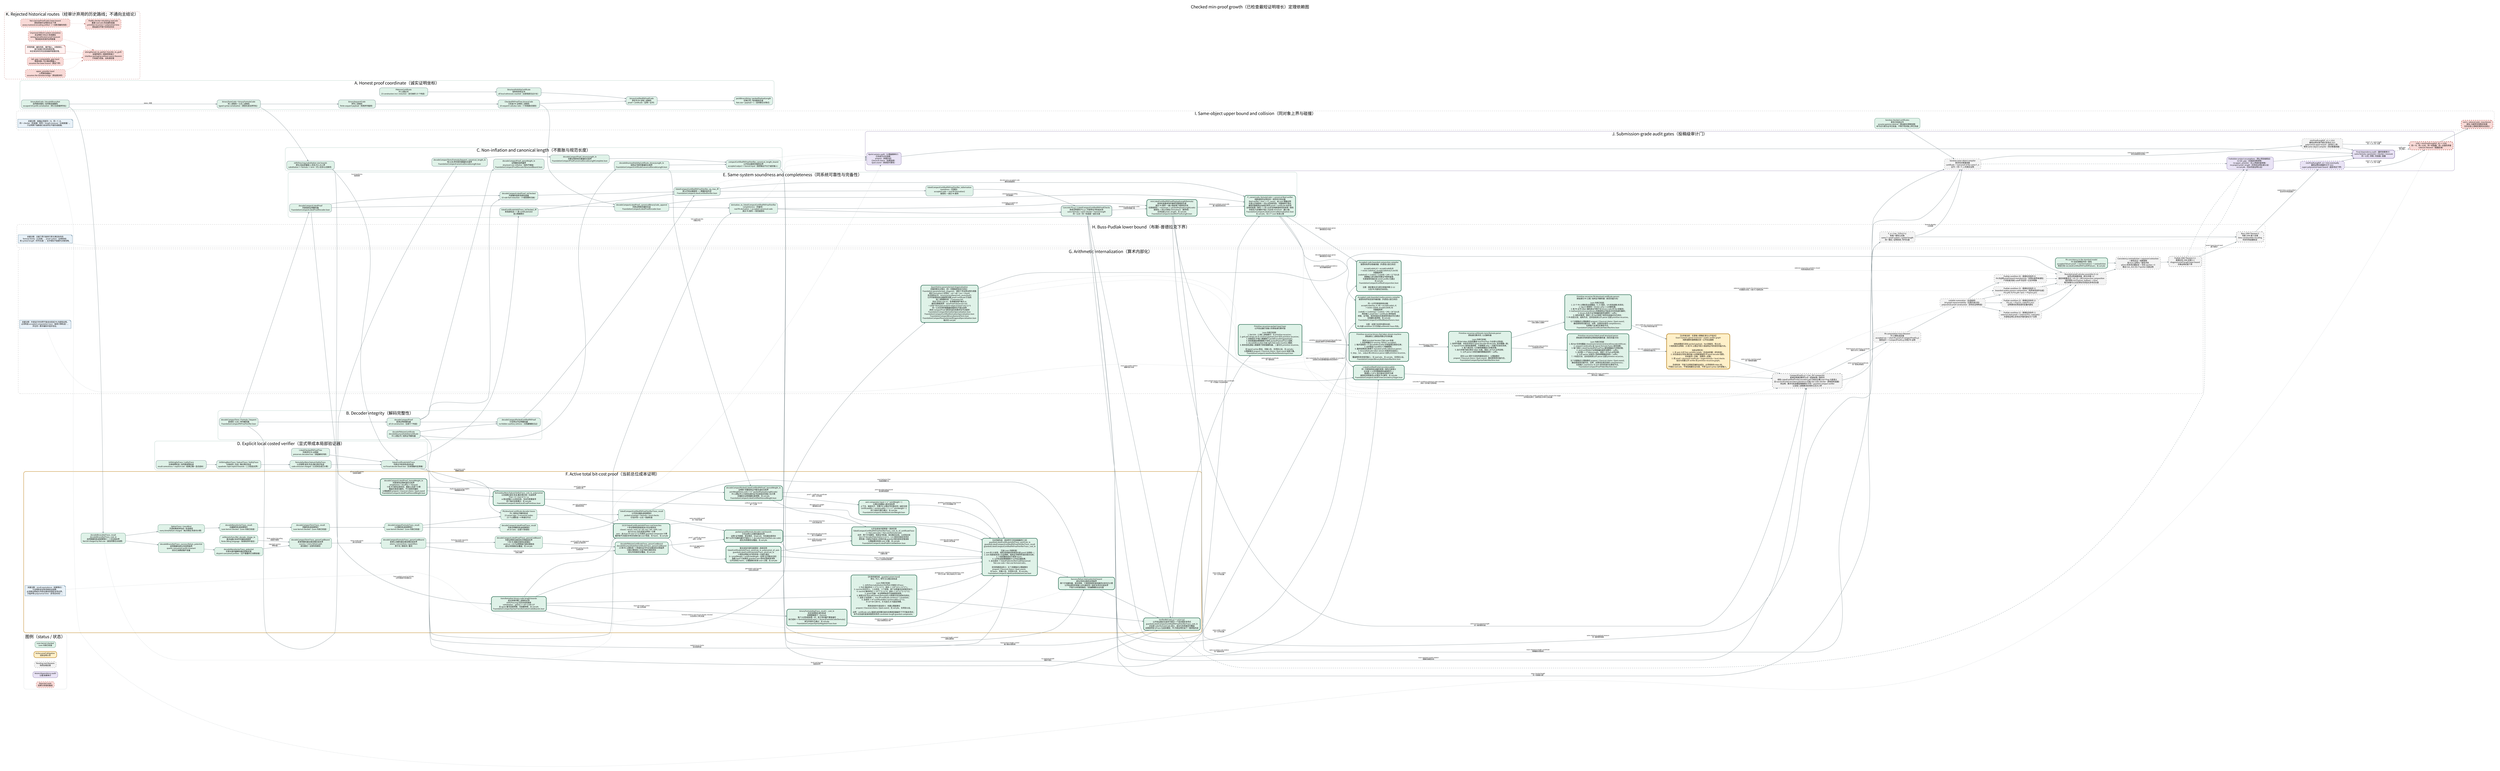
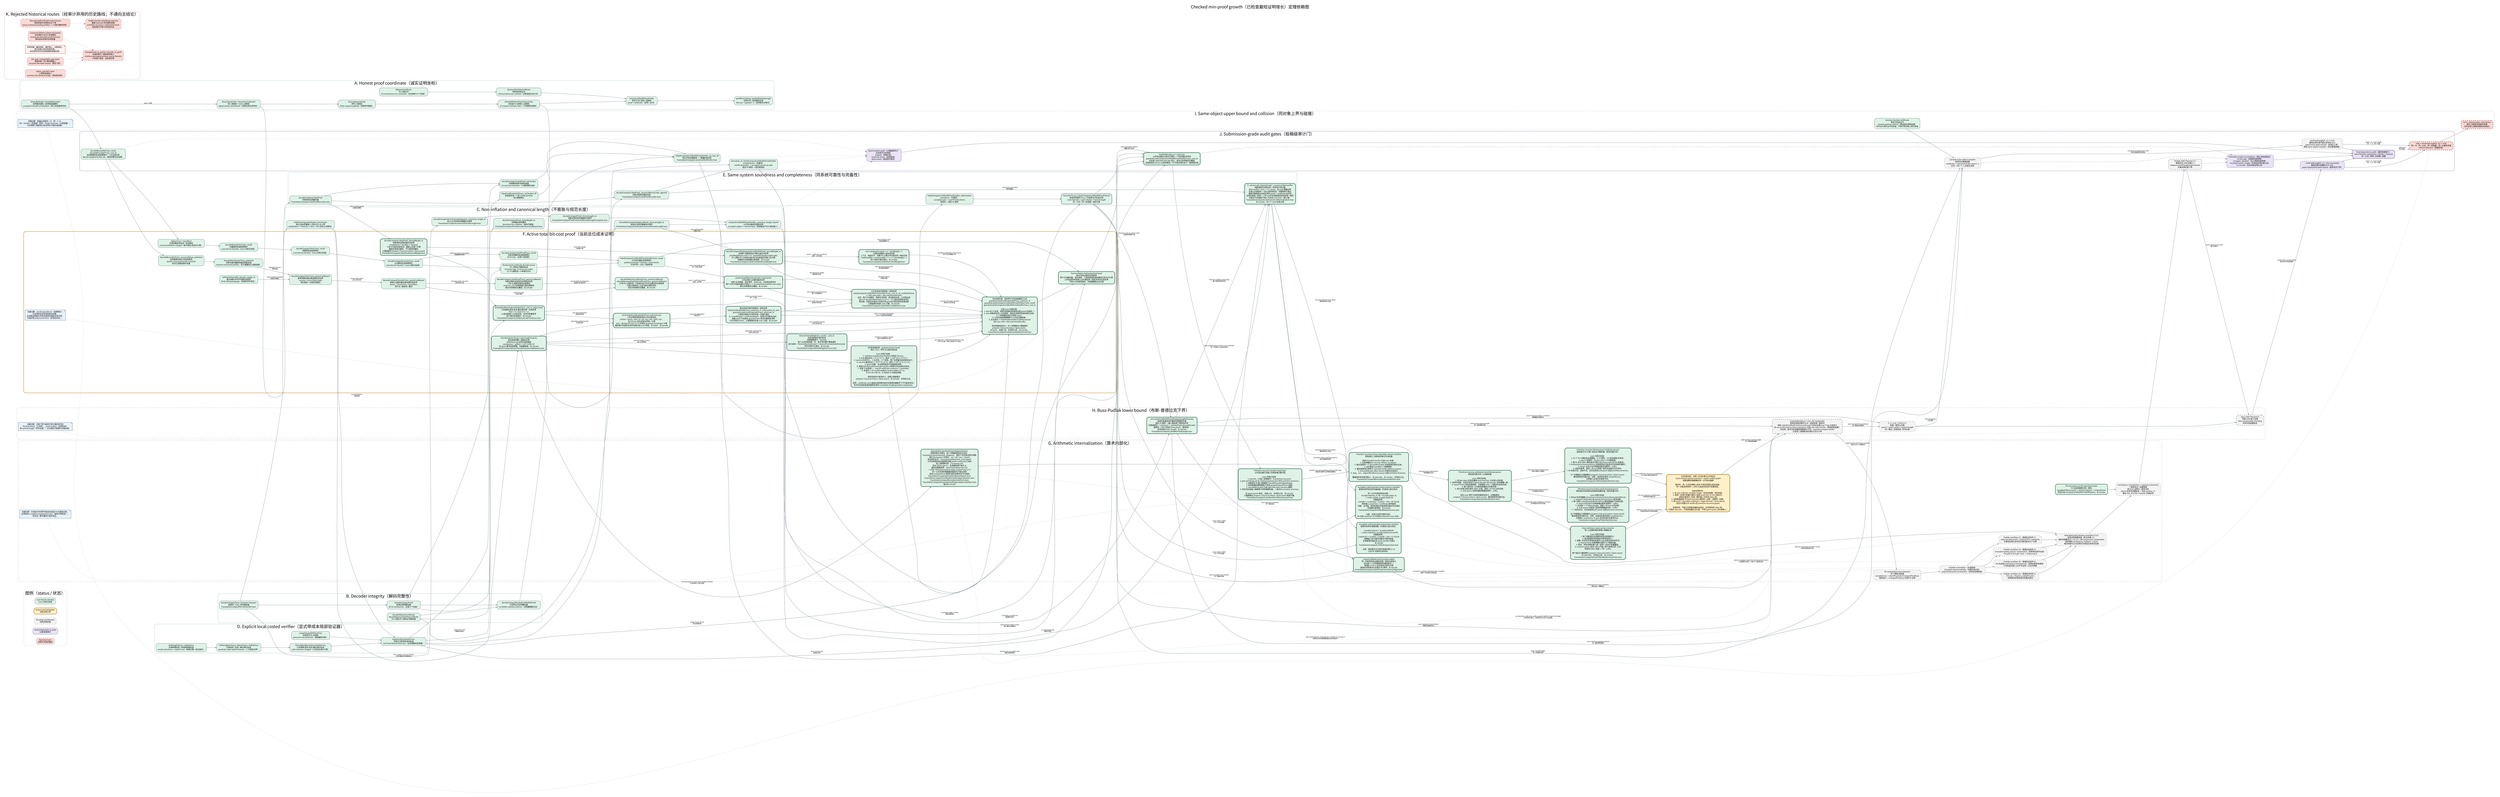
digraph CheckedMinProofDependencies {
  graph [
    rankdir=LR,
    bgcolor="white",
    compound=true,
    newrank=true,
    pad="0.35",
    nodesep="0.30",
    ranksep="0.62",
    fontname="Noto Sans CJK SC",
    fontsize=24,
    label="Checked min-proof growth（已检查最短证明增长）定理依赖图",
    labelloc="t",
    labeljust="c"
  ];
  node [
    shape=box,
    style="rounded,filled",
    fontname="Noto Sans CJK SC",
    fontsize=10.5,
    color="#526d75",
    fillcolor="#eef3f4",
    margin="0.14,0.09",
    penwidth=1.2
  ];
  edge [
    fontname="Noto Sans CJK SC",
    fontsize=8.5,
    color="#65777d",
    arrowsize=0.68,
    penwidth=1.05
  ];

  subgraph cluster_legend {
    label="图例（status / 状态）";
    color="#c8d1d4";
    style="rounded";
    done [label="Lean kernel checked\nLean 内核已检查", fillcolor="#dff2e8", color="#3f7c66"];
    active [label="Active proof obligation\n当前证明义务", fillcolor="#fff0c9", color="#b37a12", penwidth=2.2];
    pending [label="Pending root theorem\n待闭合根定理", fillcolor="#f3f3f3", color="#777777", style="rounded,filled,dashed"];
    audit [label="Axiom/dependency audit\n公理/依赖审计", fillcolor="#e9e3f5", color="#76639a"];
    rejected [label="Rejected route\n经审计弃用的路线", fillcolor="#f8d9d6", color="#a8443d", style="rounded,filled,dashed"];
  }

  subgraph cluster_coordinate {
    label="A. Honest proof coordinate（诚实证明坐标）";
    color="#8fb7aa";
    style="rounded";

    natcode [label="binaryNatCode / decodeBinaryNat\n自然数前缀码 / 自然数前缀解码\nescaped-bit prefix serialization（转义位前缀序列化）", fillcolor="#dff2e8"];
    syntaxcode [label="binaryTermCode + binaryFormulaCode\n项二进制码 + 公式二进制码\ntyped syntax serialization（类型化语法序列化）", fillcolor="#dff2e8"];
    sequentcode [label="binarySequentCode\n序列二进制码\nfinite sequent payload（有限序列载荷）", fillcolor="#dff2e8"];
    prooftree [label="CheckedPAProofTree.binaryCode\n已检查 PA 证明树二进制码\n10 sequent-calculus rules（十条相继式规则）", fillcolor="#dff2e8"];
    axiomcert [label="PAAxiomCertificate\nPA 公理证书\n23 constructors incl. induction（含归纳的 23 个构造）", fillcolor="#dff2e8"];
    structcert [label="StructuralValidityCertificate\n结构有效性证书\nall local witnesses counted（全部局部见证计长）", fillcolor="#dff2e8"];
    certifiedcode [label="binaryCertifiedPAProofCode\n带证书 PA 证明二进制码\nproof + certificate（证明 + 证书）", fillcolor="#dff2e8"];
    packedcode [label="packBinaryString / packedPayloadLength\n位串打包 / 有效载荷长度\nNat.size = payload + 1（自然数位长等式）", fillcolor="#dff2e8"];

    natcode -> syntaxcode [label="labels / 标签"];
    syntaxcode -> sequentcode;
    sequentcode -> prooftree;
    axiomcert -> structcert;
    prooftree -> certifiedcode;
    structcert -> certifiedcode;
    certifiedcode -> packedcode;
  }

  subgraph cluster_decoder {
    label="B. Decoder integrity（解码完整性）";
    color="#8fb7aa";
    style="rounded";

    typeddecoder [label="decodeCompactTerm / Formula / Sequent\n紧凑项 / 公式 / 序列解码器\nFoundationCompactPAProofVerifier.lean", fillcolor="#dff2e8"];
    proofdecoder [label="decodeCompactProof\n紧凑证明树解码器\nall 10 constructors（全部十个构造）", fillcolor="#dff2e8"];
    certdecoder [label="decodePAAxiomCertificate\ndecodeStructuralValidityCertificate\nPA 公理证书 / 结构证书解码器", fillcolor="#dff2e8"];
    packeddecoder [label="decodeCompactPackedCertifiedPAProof\n打包带证书证明解码器\nno hidden auxiliary witness（无隐藏辅助见证）", fillcolor="#dff2e8"];

    typeddecoder -> proofdecoder;
    certdecoder -> packeddecoder;
    proofdecoder -> packeddecoder;
  }

  subgraph cluster_size {
    label="C. Non-inflation and canonical length（不膨胀与规范长度）";
    color="#8fb7aa";
    style="rounded";

    structural [label="decodeCompactProof_parseWeight_le\n证明解码结构量界\nstructural non-inflation（结构不膨胀）\nFoundationCompactProofDecoderStructuralBound.lean", fillcolor="#dff2e8"];
    syntaxcanonical [label="decodeCompactTerm/Formula/Sequent_canonical_length_le\n项/公式/序列规范重编码长度界\nFoundationCompactCanonicalDecodeLength.lean", fillcolor="#dff2e8"];
    proofcanonical [label="decodeCompactProof_binaryLength_le\n完整证明树规范重编码长度界\nFoundationCompactProofCanonicalDecodeLengthComplete.lean", fillcolor="#dff2e8"];
    certcanonical [label="decodeStructuralValidityCertificate_binaryLength_le\n结构证书规范重编码长度界\nFoundationCompactCertificateCanonicalDecodeLength.lean", fillcolor="#dff2e8"];
    totalcanonical [label="compactCertifiedPAProofVerifier_canonical_length_bound\n公开验证器规范载荷总界\naccepted output <= honest input（接受输出不长于诚实输入）", fillcolor="#dff2e8"];
    transformsize [label="shift/free/neg/substitution size bounds\n移位/自由变量嵌入/否定/代入大小界\nsubstitution <= formula × term（代入至多公式乘项）", fillcolor="#dff2e8"];

    typeddecoder -> syntaxcanonical;
    proofdecoder -> structural;
    syntaxcanonical -> proofcanonical;
    certdecoder -> certcanonical;
    proofcanonical -> totalcanonical;
    certcanonical -> totalcanonical;
    syntaxcode -> transformsize;
  }

  subgraph cluster_explicit_local {
    label="D. Explicit local costed verifier（显式带成本局部验证器）";
    color="#8fb7aa";
    style="rounded";

    biteq [label="bitStringEqTrace / natEqTrace\n位串相等轨迹 / 自然数相等轨迹\nresult correctness + explicit cost（结果正确 + 显式成本）", fillcolor="#dff2e8"];
    bitset [label="bitStringMemTrace / SubsetTrace / SetEqTrace\n位串成员 / 包含 / 集合等价轨迹\nquadratic-style explicit bounds（二次型显式界）", fillcolor="#dff2e8"];
    formulalist [label="formulaEq/Mem/Subset/SetEqTrace\n公式相等/成员/包含/集合等价轨迹\ncode emission charged（公式码生成已计费）", fillcolor="#dff2e8"];
    listedtree [label="ListedCheckedPAProofTree\n列表序列 PA 证明树\npreserves decoded lists（保留解码列表）", fillcolor="#dff2e8"];
    listedcert [label="listedCertificateValidTrace\n列表证书有效性成本轨迹\nno Finset decide black box（无有限集判定黑箱）", fillcolor="#dff2e8"];

    biteq -> bitset;
    bitset -> formulalist;
    listedtree -> listedcert;
    formulalist -> listedcert;
    transformsize -> listedcert [label="local transforms\n局部变换"];
  }

  subgraph cluster_same_system {
    label="E. Same-system soundness and completeness（同系统可靠性与完备性）";
    color="#8fb7aa";
    style="rounded";

    listdecoder [label="decodeCompactListedProof\n列表保持证明解码器\nFoundationCompactListedProofDecoder.lean", fillcolor="#dff2e8"];
    projection [label="decodeCompactListedProof_toChecked\n列表解码投影到原检查器\n10-rule fuel induction（十规则燃料归纳）", fillcolor="#dff2e8"];
    localiff [label="listedCertificateValidTrace_toChecked_iff\n新局部轨迹 <-> 原 certificateValid\n语义精确等价", fillcolor="#dff2e8"];
    publiciff [label="listedCompactCertifiedPAProofVerifier_eq_true_iff\n新公开验证器接受 <-> 精确检查关系\nFoundationCompactListedCertifiedVerifier.lean", fillcolor="#dff2e8"];
    soundness [label="listedCompactCertifiedPAProofVerifier_toDerivation\nsoundness（可靠性）\naccepted code -> real PA Derivation2\n接受码 -> 真实 PA 推导", fillcolor="#dff2e8"];
    listencoder [label="decodeCompactListedProof_canonicalBinaryCode_append\n列表证明规范编码往返\nFoundationCompactListedProofEncoder.lean", fillcolor="#dff2e8"];
    completeness [label="derivation_to_listedCompactCertifiedPAProofVerifier\ncompleteness（完备性）\nreal PA derivation -> accepted canonical code\n真实 PA 推导 -> 规范接受码", fillcolor="#dff2e8"];
    predicate [label="Concrete P(x,y) / ListedCompactCertifiedPAProofChecks\n具体证明谓词 P(x,y) / 列表带证书检查关系\nsame formula + same checker + honest length\n同一公式 + 同一检查器 + 诚实长度", fillcolor="#dff2e8", penwidth=2.0];
    minmeasure [
      label="minListedCertifiedPAProofPayloadLength(formula)\n具体检查器诱导的最短完整载荷长度\n真实 PA 推导 -> 最小值由某个接受码实现\n任意接受码 -> minimum <= packedPayloadLength(code)\n接受码 -> 同公式真实 Derivation2（推导树）\n无项目级 proof_length；无 sorryAx\nFoundationCompactListedMinProofLength.lean",
      fillcolor="#dff2e8", color="#2f6f57", penwidth=2.8
    ];
    canonicalnormalize [
      label="P_canon(code, formulaCode) + canonical Bool verifier\n纯数值规范证明关系 + 规范布尔验证器\nBool verifier = true <-> P_canon，由 Lean 精确证明\n任意公开接受码 -> 同公式码规范码，完整载荷不增长\n最短完整载荷必由真实规范 proof + certificate 码实现\n全体码有限一致性 <-> 同 cutoff 的纯数值规范码有限一致性\n非规范/冗余编码不能人为压低 minimum（最小值）\nFoundationCompactListedCanonicalNormalization.lean\n无 sorryAx；仅三个 Lean 标准公理",
      fillcolor="#dff2e8", color="#2f6f57", penwidth=2.8
    ];

    typeddecoder -> listdecoder;
    listdecoder -> projection;
    proofdecoder -> projection;
    listedcert -> localiff;
    projection -> publiciff;
    localiff -> publiciff;
    packeddecoder -> publiciff;
    publiciff -> soundness;
    prooftree -> listencoder;
    listdecoder -> listencoder;
    listencoder -> completeness;
    listedcert -> completeness;
    soundness -> predicate;
    completeness -> predicate;
    predicate -> minmeasure [label="minimum over accepted codes\n对接受码取最小值"];
    completeness -> minmeasure [label="nonempty accepted set\n接受集合非空"];
    publiciff -> canonicalnormalize [label="decode every accepted code\n解码任意接受码"];
    listencoder -> canonicalnormalize [label="canonical re-encoding\n规范重编码"];
    totalcanonical -> canonicalnormalize [label="no payload growth\n载荷不增长"];
    minmeasure -> canonicalnormalize [label="minimum realized canonically\n最小值由规范码实现"];
  }

  subgraph cluster_cost_active {
    label="F. Active total bit-cost proof（当前总位成本证明）";
    color="#c18a27";
    style="rounded,bold";

    nattrace [label="decodeBinaryNatTrace_result\ndecodeBinaryNatTrace_cost_le\n自然数解码轨迹结果等价 + 二次位成本界\nNat.bit charged by Nat.size（按自然数位长收费）", fillcolor="#dff2e8", color="#3f7c66"];
    tracebind [label="OptionTrace + traceBind\n可选结果成本轨迹 + 轨迹绑定\nevery bind/failure charged（每次绑定/失败均计费）", fillcolor="#dff2e8", color="#3f7c66"];
    vectortrace [label="decodeManyVectorTrace_result\n向量解码轨迹结果等价\nLean kernel checked（Lean 内核已检查）", fillcolor="#dff2e8", color="#3f7c66"];
    termtrace [label="decodeCompactTermTrace_result\n项解码轨迹结果等价\nLean kernel checked（Lean 内核已检查）", fillcolor="#dff2e8", color="#3f7c66"];
    formulatrace [label="decodeCompactFormulaTrace_result\n公式解码轨迹结果等价\nLean kernel checked（Lean 内核已检查）", fillcolor="#dff2e8", color="#3f7c66"];
    prooftrace [label="decodeCompactListedProofTrace_result\n列表证明解码轨迹结果等价\nall 10 rules（全部十条规则）", fillcolor="#dff2e8", color="#3f7c66"];
    certtrace [label="PA/structural certificate decoder traces\nPA / 结构证书解码轨迹\n23 axiom tags + 4 recursive nodes\n23 个公理标签 + 4 种递归节点", fillcolor="#dff2e8", color="#3f7c66"];
    publictrace [label="listedCompactCertifiedPAProofVerifierTrace_result\n公开验证器轨迹结果等价\npacked envelope + formula + local checks\n打包外壳 + 公式 + 局部检查", fillcolor="#dff2e8", color="#3f7c66"];
    natpotential [label="decodeBinaryNatTrace_success/failure_potential\n自然数解码成功/失败势能界\nquartic consumed-prefix invariant\n四次已消费前缀不变量", fillcolor="#dff2e8", color="#3f7c66"];
    vectorpotential [label="decodeManyVectorTrace_potential\n任意长度向量解码摊还势能定理\ndisjoint consumed prefixes（互不重叠的已消费前缀）", fillcolor="#dff2e8", color="#3f7c66"];
    symbolcharge [label="arithmeticFunc/Rel_decode_charge_le\n算术函数/关系符号解码收费界\nfinite ORing language（有限有序环语言）", fillcolor="#dff2e8", color="#3f7c66"];
    termpotential [label="decodeCompactTermTrace_parserCostBound\n紧凑项解码器全路径摊还成本界\nsuccess + every failure path\n成功路径 + 全部失败路径", fillcolor="#dff2e8", color="#3f7c66"];
    formulapotential [label="decodeCompactFormulaTrace_parserCostBound\n紧凑公式解码器全路径摊还成本界\natoms / connectives / quantifiers\n原子式 / 联结词 / 量词", fillcolor="#dff2e8", color="#3f7c66"];
    proofpotential [
      label="decodeCompactListedProofTrace_parserCostBound\n列表证明树全路径四次势能成本界\n十条 PA 相继式规则全部通过\nand/cut 二叉子证明势能已望远镜相消\n成功/失败路径全覆盖；无 sorryAx",
      fillcolor="#dff2e8", color="#3f7c66"
    ];
    certpotential [
      label="decodePAAxiomCertificateTrace_parserCostBound\ndecodeStructuralValidityCertificateTrace_parserCostBound\n23 种 PA 公理标签 + 4 种递归证书节点全路径四次势能界\n归纳公理体和二元证书树已摊还闭合\n成功/失败路径全覆盖；无 sorryAx",
      fillcolor="#dff2e8", color="#3f7c66", penwidth=2.2
    ];
    packedcost [
      label="packed proof/formula decoder cost bounds\n打包证明/公式解码器成本界\n证明+证书串联、末位哨兵、dropLast、空后缀全部闭合\n两个公开打包解码器均不超过 2 × decoderPotential(Nat.size code)\n成功/失败路径全覆盖；无 sorryAx",
      fillcolor="#dff2e8", color="#2f6f57", penwidth=2.8
    ];
    transformcode [
      label="transformation binary-code length bounds\n语法变换完整二进制码长界\nshift/free/neg 均至多线性膨胀\nsubstitution：|phi[t]| <= 3(F+1)(W+1)F\n含 qpow 量词深度预算；无隐藏参数；无 sorryAx\nFoundationCompactSyntaxTransformationCodeBounds.lean",
      fillcolor="#dff2e8", color="#2f6f57", penwidth=2.8
    ];
    negtrace [
      label="binaryFormulaNegTrace_result / _cost_le\n否定变换真实递归轨迹\n结果精确等于 ∼formula\n每个公式构造收费一步；原子项向量不重复遍历\n执行成本 <= formulaSymbolCount <= |binaryFormulaCode(formula)|\n单文件探针已通过；无 sorryAx\nFoundationCompactSyntaxNegationTrace.lean",
      fillcolor="#dff2e8", color="#2f6f57", penwidth=2.8
    ];
    axmjoint [
      label="axm comparator input <= 2 * jointWeight + 1\n公理比较器输入联合坐标界\n上下文、候选句子、完整 PA 公理证书均落在同一诚实位权\ncertificateBits + sentenceBits + 1 <= 2 * jointWeight + 1\n四个坐标引理已通过；无 sorryAx\nFoundationCompactListedAxiomJointWeight.lean",
      fillcolor="#dff2e8", color="#2f6f57", penwidth=2.8
    ];
    honestproof [
      label="decodeCompactListedProof_honestWeight_le\n列表保持证明树诚实位权界\nweight(tree) + 8|suffix| <= 8|input|\n十条 PA 规则全部闭合；重复公式逐个计费\n覆盖任意成功解码，不只是规范编码\n公理画像仅 propext / Classical.choice / Quot.sound\nFoundationCompactListedProofHonestWeight.lean",
      fillcolor="#dff2e8", color="#2f6f57", penwidth=2.8
    ];
    honestcert [
      label="decodeCompactPackedListedCertifiedPAProof_honestWeight_le\n证明树+完整结构证书联合诚实位权界\njointWeight(tree,cert) <= 8 * packedPayloadLength(code)\nPA 公理证书 23 标签及递归证书全部由实际输入位计费\n无辅助见证和隐藏长度参数；无 sorryAx\nFoundationCompactListedCertifiedHonestWeight.lean",
      fillcolor="#dff2e8", color="#2f6f57", penwidth=2.8
    ];
    localprimitives [
      label="formulaEq/Mem/Subset/SetEqTrace_cost_le_polynomial\n公式相等/成员/包含/集合等价统一位成本界\nP(w) = 4 + 2(w+3)^2 + w\nw 是全部输入公式码位权，包含列表重复项\n四个端点全部通过；无 sorryAx\nFoundationCompactListedLocalCostPrimitives.lean",
      fillcolor="#dff2e8", color="#2f6f57", penwidth=2.8
    ];
    localbranches9 [
      label="10/10 listedCertificateValidTrace cost branches\n十条证明规则局部成本分支全部闭合\nclosed / verum / and / or / all / exs / wk / shift / cut：\n由 P(G(w)) 及生成语法界统一计费\naxm：由 A(w)=K*(2w+1)^12 的真实 guarded comparator 计费\n最终每节点固定多项式包络已由 Lean 检查；无 haxm、无 sorryAx",
      fillcolor="#dff2e8", color="#2f6f57", penwidth=2.8
    ];
    localinduction [
      label="联合坐标内部归纳骨架 + 具体实例\nlistedCertificateValidTrace_jointCost_le_polynomial_of_axm\nguardedListedCertificateValidTrace_jointCost_le\n十规则证明树/证书同步统一归纳已通过\nb = proofWeight + certificateWeight（证明+证书联合位权）\n抽象 haxm 已由真实 guarded axm 成本定理具体消除\n公开实例无 haxm；公理画像仅标准 Lean 公理；无 sorryAx",
      fillcolor="#dff2e8", color="#2f6f57", penwidth=2.8
    ];
    publicskeleton [
      label="公开总成本内部骨架 + 具体实例\nlistedCompactCertifiedPAProofVerifierTrace_cost_le_of_certificateTrace\ns = Nat.size(code) + Nat.size(formulaCode)\n合并：两个打包解码、局部证书检查、结论集合比较、公式码比较\nQ(s)=4*decoderPotential(s)+L(s)+1，L(s) 是显式固定多项式\n原先唯一内部证书成本义务现已由 guarded 联合成本定理消除\n公理画像仅标准 Lean 公理；无 sorryAx\nFoundationCompactListedPublicCostSkeleton.lean",
      fillcolor="#dff2e8", color="#2f6f57", penwidth=2.8
    ];
    publiccost [
      label="【主终端完成：具体带守卫检查器最终汇合】\nguardedListedCertificateValidTrace_jointCost_le\nguardedListedCompactCertifiedPAProofVerifierTrace_result\nguardedListedCompactCertifiedPAProofVerifierTrace_cost_le\n\n已由 Lean 内核检查：\n1. axm 的 23 标签、接受/拒绝路径和候选长度 guard 全部统一；\n2. axm 局部成本进入与证明树、结构证书相同的诚实联合位权；\n3. 十规则整树成本不再带 haxm；\n4. 公开轨迹结果精确等于公开验证器结果；\n5. 总位成本 <= listedPublicVerifierCostPolynomial(\n   Nat.size code + Nat.size formulaCode)。\n\n定向构建退出码 0；五个关键端点公理画像仅\npropext / Classical.choice / Quot.sound。\n无 haxm、无输入包、无项目公设、无 sorryAx。\nFoundationCompactListedGuardedAxiomCost.lean",
      fillcolor="#dff2e8", color="#2f6f57", penwidth=2.8
    ];
    amortized [label="Success/failure total potential bound\n成功/失败全路径总势能界\n两个打包解码器、语法变换、十规则局部检查和最终比较均已计费\n公开轨迹的所有输入对均满足同一固定多项式位成本界\n不是只分析接受路径；无隐藏辅助见证长度", fillcolor="#dff2e8", color="#2f6f57", style="rounded,filled", penwidth=2.8];
    costnote [shape=note, label="关键注释：result equivalence（结果等价）\n只证明轨迹没有改掉验证结果；\n必须再证明成功/失败全路径的固定多项式界，\n才能声称 polynomial time（多项式时间）。", fillcolor="#e8f1f8", color="#4e7892"];
    transformtrace [label="【共享终端完成：guarded axiom trace】\n移位 / 代入 / 带守卫公理比较轨迹\n\nLean 内核已检查：\n1. shift/free/substitution/list/fixitr 的真实 QTrace；\n2. fixitr 输出码长 <= 4*(L+1)^2；成本 <= 128*(m+L+1)^2*L；\n3. succInd 四次代入、三次否定、三个析取、两个全称量词全部真实执行；\n4. succInd 输出码长 <= 10^7*(L+1)^4；成本 <= 10^11*(L+1)^12；\n5. guard 完备：合法相等候选不会被提前拒绝；\n6. 接受分支 fixitr/allClosure/formulaEq 与拒绝分支总成本均闭合；\n7. 全部 23 标签统一：true iff certificate.sentence = candidate；\n8. 总成本 <= K*(certificateBits+sentenceBits+1)^12，\n   K=10^30+(3B+4)，B 为显式 26 句固定预算。\n\n两条验收命令退出码 0；关键公理画像仅\npropext / Classical.choice / Quot.sound；无 sorryAx、无项目公设。\n\n边界：certificate-only 直接生成完整归纳句在稀疏变量编号下不可能多项式；\n本节点完成的是保持接受关系的 candidate-length guarded comparator。", fillcolor="#dff2e8", color="#2f6f57", style="rounded,filled", penwidth=2.8];
    polytime [label="VerifierBitCost(x,y) <= p(|x|+|y|)\n公开验证器总位成本不超过一个显式固定多项式\nguardedListedCompactCertifiedPAProofVerifierTrace_cost_le\n对全部 code/formulaCode 成立，成功与失败路径均覆盖\n这里是项目 QTrace 位成本模型；PA 内短证明仍由下一簇单独完成", fillcolor="#dff2e8", color="#2f6f57", style="rounded,filled", penwidth=2.8];

    natcode -> nattrace;
    nattrace -> tracebind;
    tracebind -> vectortrace;
    vectortrace -> termtrace;
    termtrace -> formulatrace;
    formulatrace -> prooftrace;
    certdecoder -> certtrace;
    formulatrace -> certtrace;
    prooftrace -> publictrace;
    certtrace -> publictrace;
    publictrace -> amortized [label="exact behavior first\n先固定精确行为"];
    nattrace -> natpotential;
    natpotential -> vectorpotential;
    vectorpotential -> termpotential [label="argument vectors\n参数向量"];
    symbolcharge -> termpotential [label="finite symbol decoding\n有限符号解码"];
    termpotential -> formulapotential [label="terms inside atoms\n原子式中的项"];
    formulapotential -> proofpotential [label="formulas inside sequents\n序列中的公式"];
    proofpotential -> certpotential [label="proof/certificate alignment\n证明树/证书树对齐"];
    formulapotential -> certpotential [label="induction body\n归纳公理体"];
    certpotential -> packedcost [label="proof + certificate stream\n证明 + 证书串"];
    publictrace -> packedcost [label="same executable result\n同一可执行结果"];
    packedcost -> publiccost [label="decoded objects\n已解码对象"];
    transformsize -> transformcode [label="from symbol count to full bits\n从符号数提升到完整位长"];
    transformcode -> negtrace [label="input bit-length control\n输入位长控制"];
    negtrace -> publiccost [label="closed/cut negation charge\n闭合/切规则否定计费"];
    transformcode -> publiccost [label="generated-code bounds\n生成公式码长界"];
    listdecoder -> honestproof [label="all successful parses\n全部成功解码"];
    honestproof -> honestcert [label="proof-tree charge\n证明树计费"];
    certcanonical -> honestcert [label="full certificate bits\n完整证书位"];
    honestcert -> publiccost [label="joint decoded-data bound\n联合解码数据界"];
    honestcert -> axmjoint [label="proof + certificate coordinate\n证明 + 证书坐标"];
    axmjoint -> publiccost [label="guarded comparator input bound\n带守卫比较器输入界"];
    listedcert -> localprimitives [label="exact trace costs\n精确轨迹成本"];
    honestproof -> localprimitives [label="duplicate-preserving weights\n保留重复项位权"];
    localprimitives -> publiccost [label="uniform quadratic bound\n统一二次界"];
    localprimitives -> localbranches9 [label="per-rule instantiation\n逐规则实例化"];
    transformcode -> localbranches9 [label="generated syntax bounds\n生成语法界"];
    localbranches9 -> publiccost [label="nine checked branches\n九条已检查分支"];
    localbranches9 -> localinduction [label="structural aggregation\n结构汇总"];
    localinduction -> publiccost [label="haxm concretely discharged\nhaxm 已由具体定理消除"];
    localinduction -> publicskeleton [label="local certificate polynomial\n局部证书多项式"];
    packedcost -> publicskeleton [label="two packed decoder bounds\n两个打包解码界"];
    honestcert -> publicskeleton [label="decoded joint weight\n解码联合位权"];
    publicskeleton -> publiccost [label="concrete discharge checked\n具体消义务已检查"];
    listedcert -> publiccost [label="explicit local checks\n显式局部检查"];
    publiccost -> amortized;
    totalcanonical -> amortized [label="consumed-length control\n消费长度控制"];
    costnote -> amortized [style=dotted, arrowhead=none, constraint=false];
    transformcode -> transformtrace;
    transformtrace -> publiccost [label="guarded axm + shift/free/substitution costs\n带守卫公理 + 移位/自由化/代入成本"];
    amortized -> polytime;
    transformtrace -> polytime;
    totalcanonical -> polytime [label="input/output length control\n输入输出长度控制"];
    listedcert -> polytime [label="local cost bounds\n局部成本界"];
    predicate -> polytime [label="exact executable relation\n精确可执行关系"];
  }

  subgraph cluster_internalization {
    label="G. Arithmetic internalization（算术内部化）";
    color="#9a9a9a";
    style="rounded,dashed";

    listedconmeta [label="ListedCertifiedFiniteConsistencyAt(k)\n同一列表保持验证器的有限一致性元层语义\n无长度 <= k 的完整载荷码被接受为 ⊥\n普通及 2^(A*n) 放大版本无条件为真\n接受反向恢复同公式真实 PA 推导；无 sorryAx\nFoundationCompactListedFiniteConsistencyTarget.lean", fillcolor="#dff2e8", color="#2f6f57", penwidth=2.8];
    arithinput [label="Primitive-recursive packed input layer\n公开验证器打包输入的原始递归算术层\n\nLean 内核已检查：\n1. Nat.bits（小端二进制展开）为 primitive recursive；\n2. getLast?/dropLast 与 sentinel payload peel 均为 primitive recursive；\n3. 剥离成功 iff 输入精确等于 packBinaryString(payload)；\n4. 新剥离器结果精确等于现有 packedPayloadTrace 结果；\n5. decodeBinaryNat 已由 right-fold state machine 重建；\n6. 新状态机逐输入精确等于原前缀解码器，二者均为 primitive recursive。\n\n无 typed syntax 假设、无输入包、无项目公设、无 sorryAx；\n公理画像仅 propext / Classical.choice / Quot.sound 或其子集。\nFoundationCompactListedVerifierArithmeticInput.lean", fillcolor="#dff2e8", color="#2f6f57", penwidth=2.8];
    tokenstream [label="Primitive-recursive binary-Nat token stream machine\n原始递归二进制自然数记号流机器\n\n具体 bounded iterator 已由 Lean 检查：\n1. 状态明确区分 running / failed / accepted；\n2. 每步调用同一个 decodeBinaryNat 并保留真实剩余位串；\n3. 总步数由 inputBits+1 明确限制；\n4. 最终结果逐位串等于 repeated-prefix reference parser；\n5. binaryNatCode token stream 的规范往返成立；\n6. step、run、output 和 reference parser 全部 primitive recursive。\n\n覆盖畸形和非规范输入；无 rawCode、无 sorryAx、无项目公设。\nFoundationCompactBinaryNatStreamMachine.lean", fillcolor="#dff2e8", color="#2f6f57", penwidth=2.8];
    syntaxparser [label="Primitive-recursive arithmetic term/formula parser\n原始递归算术项 / 公式解析器\n\nLean 内核已检查：\n1. 纯 Nat token 状态机覆盖 bvar/fvar/func 与全部公式构造；\n2. 有序环函数、关系符号码与 typed decoder 的 decode₂ 条件精确一致；\n3. repeat frame 逐项处理参数，不按稀疏 arity 一次展开巨型任务表；\n4. 每个真实项 / 公式都有精确执行步数定理；\n5. 执行步数不超过真实 token 长度，固定二次 fuel 必然足够；\n6. 公开 parser 对规范编码精确返回同一 suffix。\n\n定向 Lean 探针与目标构建退出码 0；公理画像仅\npropext / Classical.choice / Quot.sound；静态禁用项扫描为空。\nFoundationCompactSyntaxTokenMachine.lean", fillcolor="#dff2e8", color="#2f6f57", penwidth=2.8];
+     syntaxinversion [label="Exact arbitrary-input syntax inversion\n项 / 公式解析器任意输入精确反演\n\nLean 内核已检查：\n1. 每个纯数值任务栈都有类型化前缀语义；\n2. 每次数值状态转换反向保持该语义；\n3. 函数 / 关系符号有效码恢复同 arity 的真实有序环符号；\n4. repeat frame 恢复精确长度的 Fin 参数向量；\n5. 成功、失败及畸形输入统一由同一后向不变量覆盖；\n6. numeric parser 返回 suffix iff 输入等于某真实项 / 公式\n   的规范 token 前缀 ++ 同一 suffix。\n\n两个端点公理画像仅 propext / Classical.choice / Quot.sound；\n无 rawCode、无项目公设、无 sorryAx。\nFoundationCompactSyntaxTokenMachineInversion.lean", fillcolor="#dff2e8", color="#2f6f57", penwidth=2.8];
    proofparser [label="Primitive-recursive listed-proof structural parser\n原始递归列表保持证明树结构解析器（规范完备方向）\n\nLean 内核已检查：\n1. 纯 Nat 任务栈覆盖 closed/axm/verum/and/or/all/exs/wk/shift/cut；\n2. sequent cardinality 由 repeat-formula frame 逐项消费；\n3. 每个真实 ListedCheckedPAProofTree 都有精确执行步数定理；\n4. and/cut 的左右子证明按编码顺序消费同一 suffix；\n5. 总步数 <= 2*tokenLength，固定二次 fuel 必然足够；\n6. 公开 parser 对规范十规则树精确返回同一 suffix；\n7. 十标签分派、总状态机和公开 parser 全部 primitive recursive。\n\n五个关键端点公理画像仅 propext / Classical.choice / Quot.sound；\n静态禁用项扫描为空。边界：这里闭合真实树的 completeness；\n任意输入 soundness 与 axm 闭句检查仍在黄色节点。\nFoundationCompactProofTokenMachine.lean", fillcolor="#dff2e8", color="#2f6f57", penwidth=2.8];
    certparser [label="Primitive-recursive PA/structural certificate parsers\n原始递归 PA 公理 / 结构证书解析器（规范完备方向）\n\nLean 内核已检查：\n1. 23 个 PA 公理标签全部覆盖；0..21 固定，3/4 校验函数/关系码；\n2. tag 22 调用同一 binder-arity-1 公式解析器；\n3. 新 PA 证书 token 编码逐证书等于旧 binary code 的 Nat 前缀流；\n4. leaf/axiomCert/unary/binary 四类结构证书由显式任务栈递归解析；\n5. binary 左右子证书按编码顺序消费同一 suffix；\n6. 线性步数界、固定二次 fuel 和两个规范往返端点均已闭合；\n7. PA 标签分派、结构节点、总状态机和公开 parser 全部 primitive recursive。\n\n七个关键端点公理画像仅 propext / Classical.choice / Quot.sound；\n静态禁用项扫描为空。边界：这里闭合规范 completeness，\n任意输入反演仍在黄色节点。\nFoundationCompactCertificateTokenMachine.lean", fillcolor="#dff2e8", color="#2f6f57", penwidth=2.8];
-     numericparser [label="【主终端当前：任意输入精确反演与公开组合】\nExact numeric-parser inversion + public verifier graph\n纯数值解析器精确反演 + 公开验证器图\n\n绿色前置层已闭合 packed payload、Nat 前缀流、项/公式、\n十规则真实证明树、23 类 PA 公理证书和 4 类结构证书的规范完备方向。\n\n当前证明任务：\n1. 补 axm 公式 free-variable-empty（无自由变量）闭句检查；\n2. 对任意成功/失败/畸形输入证明数值接受 iff typed decoder 接受，\n   并恢复同一对象、消费同一后缀；\n3. 把 proof + structural certificate + target formula + local checks\n   组合为完整公开 verifier 的 primitive-recursive graph。\n\n完成标准：不能只证明规范编码会成功；必须排除伪 token 树，\n不借旧 rawCode，不增加隐藏见证长度，不把 typed syntax 当外部输入。", fillcolor="#fff0c9", color="#b37a12", penwidth=2.8];
+     numericparser [label="【主终端当前：证明 / 证书反演与公开组合】\nExact numeric-parser inversion + public verifier graph\n纯数值解析器精确反演 + 公开验证器图\n\n新闭合：项 / 公式任意输入成功 iff 真实类型化语法前缀，\n同一对象坐标和同一 suffix 已由后向状态不变量恢复。\n\n当前证明任务：\n1. 补 axm 公式 free-variable-empty（无自由变量）闭句检查；\n2. 把同一反演不变量扩展到十规则 proof tree 与 23+4 类证书，\n   排除任意成功 / 失败 / 畸形输入中的伪 token 树；\n3. 证明数值接受 iff typed decoder 接受同一对象、消费同一后缀；\n4. 把 proof + structural certificate + target formula + local checks\n   组合为完整公开 verifier 的 primitive-recursive graph。\n\n完成标准：不能只证明规范编码会成功；必须排除伪 token 树，\n不借旧 rawCode，不增加隐藏见证长度，不把 typed syntax 当外部输入。", fillcolor="#fff0c9", color="#b37a12", penwidth=2.8];
    compactformula [label="CompactProof(x,y) + Con_PA^compact(k)\n紧凑证明谓词算术公式 + 紧凑有限一致性句\n绿色 ListedCertifiedFiniteConsistencyAt 已给出正确 Lean Prop 元层语义\n旧 succinctFiniteConsistencySentence 仍指 raw-code checker（原始码检查器）\n待证明：算术句标准模型精确等价于同一 guarded compact verifier\n以及短二进制数词实例的公式大小界", fillcolor="#f3f3f3", color="#777777", style="rounded,filled,dashed", penwidth=2.0];
    patrace [label="PA computation-trace theorem\nPA 计算轨迹定理\naccepted run -> short PA proof of CompactProof(x,y)\n接受运行 -> CompactProof(x,y) 的短 PA 证明", fillcolor="#f3f3f3", color="#777777", style="rounded,filled,dashed"];
    suitable [label="suitable numeration（合适枚举）\nbit graph representability（位图可表示性）\npolynomial proof construction（多项式证明构造）", fillcolor="#f3f3f3", color="#777777", style="rounded,filled,dashed"];
    cond0 [label="Pudlak condition (0)（普德拉克条件 0）\nPA 内证明 proof-bound monotonicity（证明长度界单调性）\nP 的较紧/较松 cutoff 可在同一公式中转换", fillcolor="#f3f3f3", color="#777777", style="rounded,filled,dashed"];
    cond1 [label="Pudlak condition (1)（普德拉克条件 1）\nexternal short proof -> internal P(n, code(phi))\n外部短证明以多项式开销内部化为 P 实例", fillcolor="#f3f3f3", color="#777777", style="rounded,filled,dashed"];
    cond2 [label="Pudlak condition (2)（普德拉克条件 2）\nP(n,m) -> P(q1(n), code(P(n,m)))\n证明谓词实例自身的定量内部化", fillcolor="#f3f3f3", color="#777777", style="rounded,filled,dashed"];
    cond3 [label="Pudlak condition (3)（普德拉克条件 3）\nbounded modus ponens composition（有界肯定前件合成）\nP(n,phi) 与 P(n,phi->psi) -> P(q2(n),psi)", fillcolor="#f3f3f3", color="#777777", style="rounded,filled,dashed"];
    mpcompiler [label="Accepted-code bounded modus ponens compiler\n接受码有界肯定前件编译器（外部语义层已闭合）\n\n同一公开列表保持验证器：\naccept(codeImp, A->B) + accept(codeA, A)\n  -> exists codeB, accept(codeB, B)\n完整载荷界：\n|codeB| <= |codeImp| + |codeA| + 240 + 34*S(A,B)\n两份输入 proof tree + certificate 原样复用\n树级、证书级、规范码级及任意接受码端点均已通过\n无隐藏长度参数；无 sorryAx\nFoundationCompactCertifiedModusPonens.lean\n\n注意：这里只关闭外部码合成；\nPA 内部 condition (3) 仍须由 arithmetic trace 内化。", fillcolor="#dff2e8", color="#2f6f57", penwidth=2.8];
    conjcompiler [label="Accepted-code bounded conjunction compiler\n接受码有界合取编译器（外部语义层已闭合）\n\naccept(codeA,A) + accept(codeB,B)\n  -> exists codeAnd, accept(codeAnd,A and B)\n完整载荷界：\n|codeAnd| <= |codeA| + |codeB| + 144 + 11*S(A,B)\n两棵输入树与两份完整证书原样复用\n任意接受码端点及 axiom profile 已通过\n无 sorryAx\nFoundationCompactCertifiedConjunction.lean\n\n注意：固定重言式与原文拼接步骤 (i)-(v)\n以及 PA 内部化仍未闭合。", fillcolor="#dff2e8", color="#2f6f57", penwidth=2.8];
    qdiagonal [label="Quantitative parameterized diagonalization\n定量参数化对角化（同一完整载荷坐标已闭合）\nFoundation parameterized_diagonal₁：固定 P 的全称证明为常数\n真实 Derivation2 实例化：cut + wk + exs + closed\n显式结构证书：binary(unary(baseCert), unary(leaf))\n公开列表保持验证器接受完整 proof+certificate 打包码\n短二进制数码项：2*previous+bit\n码长 O(Nat.size m)，标准模型值严格为 m\n最终完整载荷界：baseProof+baseCert+192\n + 2048*(formulaConstant+stepConstant*|m|+1)^3\n同一公式实例的精确最短载荷也不超过该界\n具体 CompactProof 谓词仍由灰色算术化节点提供\nFoundationCompactDerivationSpecialization.lean\nFoundationCompactCertifiedDerivationSpecialization.lean\nFoundationCompactBinaryNumeralTerm.lean\nFoundationCompactParameterizedDiagonalSpecialization.lean\n端点无 sorryAx", fillcolor="#dff2e8", color="#2f6f57", penwidth=2.8];
    proofassembly [label="Bounded proof-calculus assembly (i)-(v)\n有界证明演算拼接（原文步骤 i-v）\n固定命题重言式 + (0)-(3) + MP/conjunction composition\n逐步得到 not P(q5(m), bottom) -> D(m)\n每次拼接与公式实例化均须显式多项式长度", fillcolor="#f3f3f3", color="#777777", style="rounded,filled,dashed"];
    paconsistency [label="PA consistency in the standard model\nPA 在标准模型中的一致性\naccepted falsum proof -> real Derivation2 -> contradiction\n项目已有 noListedCertifiedPAProofOfFalsum；无 sorryAx", fillcolor="#dff2e8", color="#2f6f57", penwidth=2.4];
    exponentextract [label="Consistency contradiction + exponent extraction\n一致性反证 + 指数提取\n短 D(m) 证明与一致性冲突\nq5(m) 的多项式重标定 -> 存在 epsilon > 0\n推出 Con_A(n) 无 n^epsilon 长度证明", fillcolor="#f3f3f3", color="#777777", style="rounded,filled,dashed"];
    diagonal [label="Pudlak 1986 Theorem 3.1\n普德拉克 1986 定理 3.1\ndiagonal proof-length lower bound\n对角证明长度下界", fillcolor="#f3f3f3", color="#777777", style="rounded,filled,dashed", penwidth=2.0];
    internalnote [shape=note, label="关键注释：外部运行时间界不能自动变成 PA 内部短证明。\n必须构造 accepted computation trace（接受计算轨迹），\n并在同一算术编码中逐步验证。", fillcolor="#e8f1f8", color="#4e7892"];

    predicate -> compactformula [label="exact standard-model relation\n精确标准模型关系"];
    minmeasure -> compactformula [label="same honest payload length\n同一诚实载荷长度"];
    canonicalnormalize -> compactformula [style=dotted, label="normalization audit only; public guarded verifier remains the target\n仅作规范化审计；目标仍是公开带守卫验证器"];
    predicate -> listedconmeta [label="same accepted-code relation\n同一接受码关系"];
    minmeasure -> listedconmeta [label="same payload coordinate\n同一载荷坐标"];
    listedconmeta -> compactformula [label="arithmetize this exact semantics\n算术化这一精确语义"];
    canonicalnormalize -> listedconmeta [label="pointwise same-cutoff equivalence\n逐点同截断值等价"];
    polytime -> arithinput [label="same packed inputs and bit-cost coordinate\n同一打包输入与位成本坐标"];
    arithinput -> tokenstream [label="primitive-recursive payload and Nat-prefix base\n原始递归载荷与自然数前缀基础"];
    tokenstream -> syntaxparser [label="bounded exact tokenization\n有界精确记号化"];
+     syntaxparser -> syntaxinversion [label="backward typed realization invariant\n反向类型化实现不变量"];
    syntaxparser -> proofparser [label="checked syntax-task machine\n已检查语法任务机"];
    syntaxparser -> certparser [label="induction-body formula parser\n归纳公理体公式解析"];
+     syntaxinversion -> numericparser [label="arbitrary syntax success is canonical\n任意语法成功均为规范前缀"];
    proofparser -> numericparser [label="ten-rule canonical completeness\n十规则规范完备方向"];
    certparser -> numericparser [label="23+4 certificate canonical completeness\n23+4 类证书规范完备方向"];
    numericparser -> compactformula [label="same numeric machine graph\n同一纯数值机器图"];
    compactformula -> patrace [label="fixed formula and binary numerals\n固定公式与二进制数词"];
    internalnote -> patrace [style=dotted, arrowhead=none, constraint=false];
    patrace -> suitable;
    suitable -> cond0;
    suitable -> cond1;
    suitable -> cond2;
    suitable -> cond3;
    predicate -> mpcompiler [label="same public verifier\n同一公开验证器"];
    canonicalnormalize -> mpcompiler [label="decoded payload never grows\n解码规范化不增长"];
    mpcompiler -> cond3 [style=dotted, label="external compiler closed; PA internal proof remains\n外部编译已闭合；仍需 PA 内部短证明"];
    predicate -> conjcompiler [label="same public verifier\n同一公开验证器"];
    canonicalnormalize -> conjcompiler [label="decoded payload never grows\n解码规范化不增长"];
    conjcompiler -> proofassembly [style=dotted, label="external conjunction primitive closed\n外部合取原语已闭合"];
    compactformula -> qdiagonal [style=dotted, arrowhead=none, constraint=false, label="later instantiate the closed generic compiler at concrete P\n后续把已闭合通用编译器实例化到具体 P"];
    suitable -> qdiagonal [style=dotted, arrowhead=none, constraint=false, label="concrete P conditions belong to later assembly\n具体 P 条件属于后续拼接"];
    transformcode -> qdiagonal [label="formula-instance size bound already checked\n公式实例大小界已检查"];
    cond0 -> proofassembly;
    cond1 -> proofassembly;
    cond2 -> proofassembly;
    cond3 -> proofassembly;
    qdiagonal -> proofassembly;
    proofassembly -> exponentextract;
    paconsistency -> exponentextract;
    exponentextract -> diagonal;
  }

  subgraph cluster_buss {
    label="H. Buss-Pudlak lower bound（布斯-普德拉克下界）";
    color="#9a9a9a";
    style="rounded,dashed";

    family [label="F_n = Con_T((f(n))^c)\n有限一致性公式族\nsame T / proof system / symbol length\n同一理论 / 证明系统 / 符号长度", fillcolor="#f3f3f3", color="#777777", style="rounded,filled,dashed"];
    rescale [label="Buss 1994 Theorem 5\n布斯 1994 第 5 定理\ntime-constructible rescaling\n时间可构造重标定", fillcolor="#f3f3f3", color="#777777", style="rounded,filled,dashed", penwidth=2.0];
    lower [label="minProofLength(F_n) > U(n) eventually\n最短证明长度最终大于 U(n)\nsuper-polynomial lower bound（超多项式下界）", fillcolor="#e9e3f5", color="#76639a", style="rounded,filled,dashed", penwidth=2.0];
    lowernote [shape=note, label="关键注释：文献下界只能用于原文满足条件的\nformula family（公式族）、proof system（证明系统）\n和 symbol length（符号长度）；名字相似不能替代对象恒等。", fillcolor="#e8f1f8", color="#4e7892"];

    compactformula -> family [label="same CompactProof predicate\n同一紧凑证明谓词"];
    minmeasure -> family [label="exact minimum length coordinate\n精确最短长度坐标"];
    diagonal -> rescale [label="power lower-bound seed\n幂下界种子"];
    family -> rescale;
    rescale -> lower [label="explicit time-constructible f\n显式时间可构造函数 f"];
    lowernote -> rescale [style=dotted, arrowhead=none, constraint=false];
  }

  subgraph cluster_collision {
    label="I. Same-object upper bound and collision（同对象上界与碰撞）";
    color="#9a9a9a";
    style="rounded,dashed";

    sondowcert [label="Sondow checked certificates\n索多已检查证书\nassume gamma rational（假设欧拉常数有理）\n本节点只表示证书已检查，不等于同对象上界已完成", fillcolor="#dff2e8", color="#3f7c66"];
    samecompiler [label="Sondow same-object compiler\n索多同对象编译器\ncertificate -> real proof of the same F_n\n证书 -> 同一 F_n 的真实证明", fillcolor="#f3f3f3", color="#777777", style="rounded,filled,dashed"];
    upper [label="minProofLength(F_n) <= U(n)\n最短证明长度不超过多项式 U(n)\npolynomial upper bound（多项式上界）\n等待 same-object compiler（同对象编译器）", fillcolor="#f3f3f3", color="#777777", style="rounded,filled,dashed"];
    collision [label="U(N) < minProofLength(F_N) <= U(N)\n同一 N、同一公式、同一检查器、同一长度的矛盾\ncollision theorem（碰撞定理）", fillcolor="#f8d9d6", color="#a8443d", style="rounded,filled,dashed", penwidth=2.5];
    final [label="not is_rational euler_mascheroni\n欧拉-马歇罗尼常数非有理\n仅在全部上游根定理闭合后成立", fillcolor="#f8d9d6", color="#a8443d", style="rounded,filled,dashed", penwidth=2.5];
    samenote [shape=note, label="关键注释：碰撞必须是同一 N、同一 F_N、\n同一 checker（检查器）和同一 length measure（长度度量）。\n只证明两个抽象接口各自存在不能形成碰撞。", fillcolor="#e8f1f8", color="#4e7892"];

    sondowcert -> samecompiler;
    family -> samecompiler [label="formula identity\n公式恒等"];
    predicate -> samecompiler [label="same checker/length\n同一检查器/长度"];
    minmeasure -> samecompiler [label="same minimum payload measure\n同一最短载荷度量"];
    samecompiler -> upper [label="canonical accepted proof code\n规范且被接受的证明码"];
    upper -> collision [label="same F_N / same length\n同一 F_N / 同一长度"];
    lower -> collision [label="same F_N / same length\n同一 F_N / 同一长度"];
    samenote -> collision [style=dotted, arrowhead=none, constraint=false];
    collision -> final;
  }

  subgraph cluster_audit {
    label="J. Submission-grade audit gates（投稿级审计门）";
    color="#76639a";
    style="rounded";

    axioms [label="#print axioms audit（公理画像审计）\n已完成节点仅依赖：\npropext（命题外延）\nClassical.choice（经典选择）\nQuot.sound（商类型可靠性）", fillcolor="#e9e3f5", color="#76639a"];
    forbidden [label="Forbidden project assumptions（禁止项目级假设）\nno tail_gap（无尾部间隙参数）\nno upper_provider（无上界提供者参数）\nno project proof_length（无项目证明长度公设）\nno sorryAx（无未完成证明公设）", fillcolor="#e9e3f5", color="#76639a"];
    gate [label="Final dependency audit（最终依赖审计）\nsame formula / parameter / checker / measure\n同一公式 / 参数 / 检查器 / 度量", fillcolor="#e9e3f5", color="#76639a", penwidth=2.0];

    totalcanonical -> axioms [style=dotted];
    publiciff -> axioms [style=dotted];
    completeness -> axioms [style=dotted];
    nattrace -> axioms [style=dotted];
    polytime -> forbidden [style=dashed];
    diagonal -> forbidden [style=dashed];
    samecompiler -> forbidden [style=dashed];
    lower -> gate;
    upper -> gate;
    axioms -> gate;
    forbidden -> gate;
    gate -> collision [style=dashed, label="audit pass\n审计通过"];
  }

  subgraph cluster_rejected_routes {
    label="K. Rejected historical routes（经审计弃用的历史路线；不通向主结论）";
    color="#a8443d";
    style="rounded,dashed";

    rawgodel [label="Nat.size(rawProofCode) lower bound\n原始哥德尔证明码位长下界\nunary-numeral encoding artifact（一元数词编码伪影）", fillcolor="#f8d9d6", color="#a8443d", style="rounded,filled,dashed"];
    postfixraw [label="Postfix checker rebuilding rawCode\n重建 rawCode 的后缀检查器\nprimitive recursive != polynomial time\n原始递归不等于多项式时间", fillcolor="#f8d9d6", color="#a8443d", style="rounded,filled,dashed"];
    abstractgap [label="tail_gap / computable_gap input\n尾部间隙 / 可计算间隙输入\nassumes the lower bound（预设下界）", fillcolor="#f8d9d6", color="#a8443d", style="rounded,filled,dashed"];
    abstractupper [label="upper_provider input\n上界提供者输入\nassumes the Sondow bridge（预设索多桥）", fillcolor="#f8d9d6", color="#a8443d", style="rounded,filled,dashed"];
    unsimulated [label="Unproved Hilbert-system simulation\n未证明的 Hilbert 系统模拟\nwrong/uncalibrated proof measure\n错误或未校准的证明度量", fillcolor="#f8d9d6", color="#a8443d", style="rounded,filled,dashed"];
    graft [label="strengthened_to_partial / transfer_to_graft\n加强到部分 / 嫁接转移接口\ninterface packaging without source theorem\n只有接口包装、没有源定理", fillcolor="#f8d9d6", color="#a8443d", style="rounded,filled,dashed"];
    rejectednote [shape=note, label="弃用判据：编码伪影、循环输入、对象错位，\n或只给接口而没有根定理。\n本区域没有任何边连接最终碰撞定理。", fillcolor="#fff1f0", color="#a8443d"];

    rawgodel -> postfixraw [style=dotted, color="#a8443d"];
    abstractgap -> graft [style=dotted, color="#a8443d"];
    abstractupper -> graft [style=dotted, color="#a8443d"];
    unsimulated -> graft [style=dotted, color="#a8443d"];
    rejectednote -> graft [style=dotted, arrowhead=none, color="#a8443d"];
  }
}
